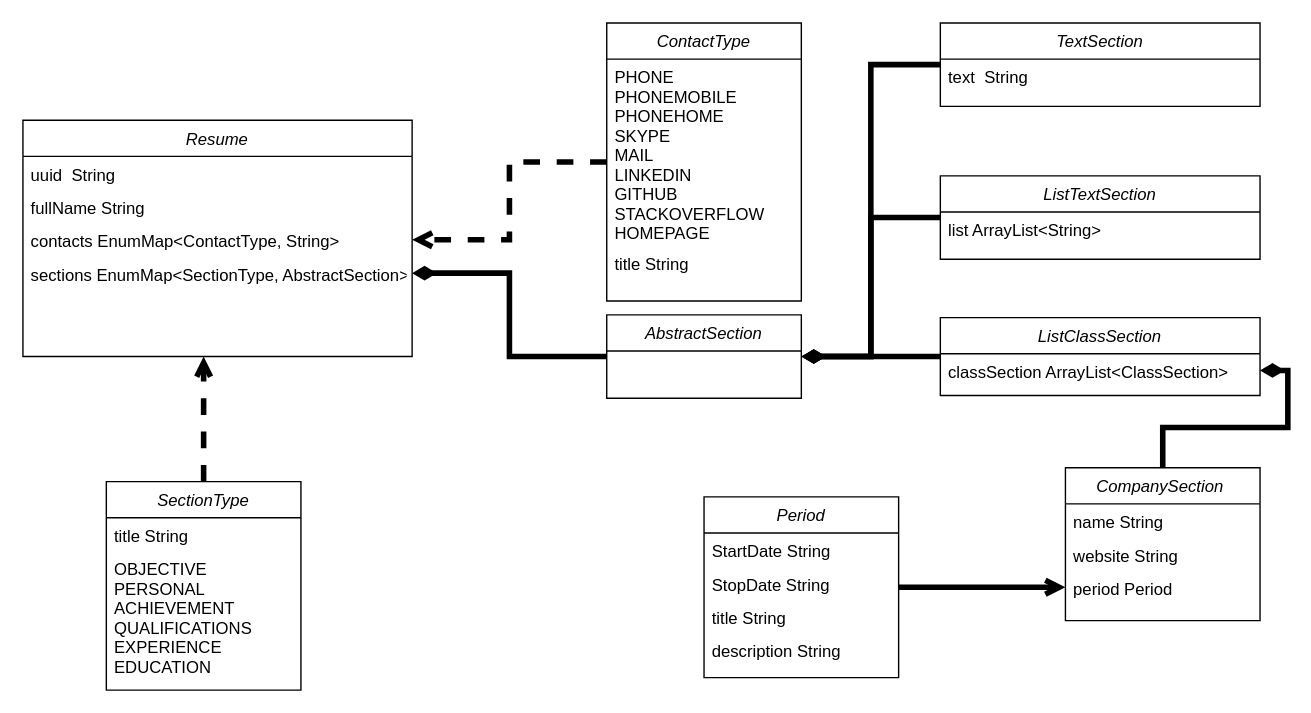
Earlier version of the draw.io diagram объектная модель резюме.drawio (darken321/diagrams). Source tidied: cells renumbered, new cells numbered last; positions are measured from the earlier drawing's top-left corner, leaving out a move shared by most shapes. Both pictures are drawn from the tidied source at 139%, with x=0, y=0 at pixel (22, 22).
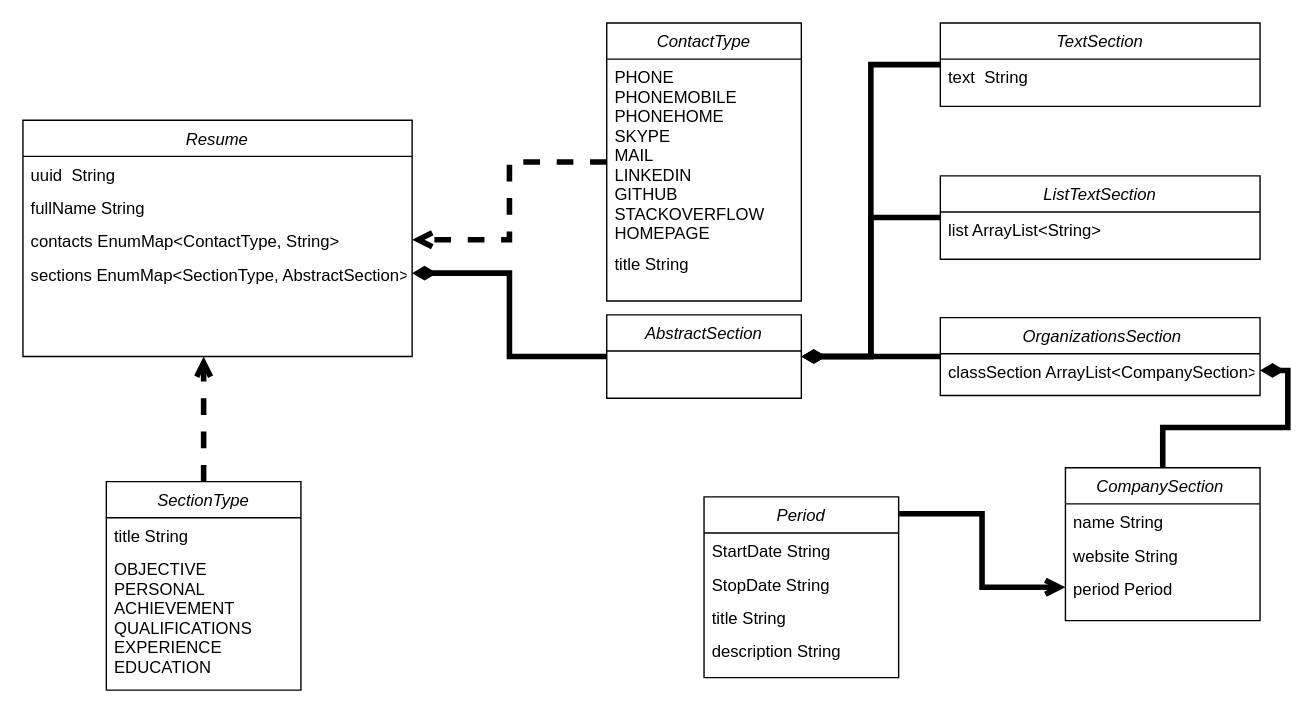
The same page after the edit.

The change refers to these unchanged cells:
```xml
<mxCell id="22" value="period Period" style="text;align=left;verticalAlign=top;spacingLeft=4;spacingRight=4;overflow=hidden;points=[[0,0.5],[1,0.5]];portConstraint=eastwest;" parent="19" vertex="1">
  <mxGeometry y="74" width="140" height="24" as="geometry" />
</mxCell>
<mxCell id="32" value="Period" style="swimlane;fontStyle=2;align=center;verticalAlign=top;horizontal=1;startSize=26;rounded=0;shadow=0;strokeWidth=1;" parent="1" vertex="1">
  <mxGeometry x="490" y="341" width="140" height="130" as="geometry" />
</mxCell>
```

What changed in the source:
```diff
@@
-    <mxCell id="29" value="ListClassSection" style="swimlane;fontStyle=2;align=center;verticalAlign=top;horizontal=1;startSize=26;rounded=0;shadow=0;strokeWidth=1;" parent="1" vertex="1">
+    <mxCell id="29" value=" OrganizationsSection" style="swimlane;fontStyle=2;align=center;verticalAlign=top;horizontal=1;startSize=26;rounded=0;shadow=0;strokeWidth=1;" parent="1" vertex="1">
       <mxGeometry x="660" y="212" width="230" height="56" as="geometry" />
     </mxCell>
-    <mxCell id="30" value="classSection ArrayList&lt;ClassSection&gt;" style="text;align=left;verticalAlign=top;spacingLeft=4;spacingRight=4;overflow=hidden;points=[[0,0.5],[1,0.5]];portConstraint=eastwest;" parent="29" vertex="1">
+    <mxCell id="30" value="classSection ArrayList&lt;CompanySection&gt;" style="text;align=left;verticalAlign=top;spacingLeft=4;spacingRight=4;overflow=hidden;points=[[0,0.5],[1,0.5]];portConstraint=eastwest;" parent="29" vertex="1">
       <mxGeometry y="26" width="230" height="24" as="geometry" />
     </mxCell>
-    <mxCell id="31" style="edgeStyle=orthogonalEdgeStyle;rounded=0;jettySize=auto;html=1;strokeWidth=4;endArrow=open;endFill=0;" parent="1" edge="1" source="32" target="22">
+    <mxCell id="31" style="edgeStyle=orthogonalEdgeStyle;rounded=0;jettySize=auto;html=1;strokeWidth=4;endArrow=open;endFill=0;exitX=1.003;exitY=0.093;exitDx=0;exitDy=0;exitPerimeter=0;" parent="1" edge="1" source="32" target="22">
       <mxGeometry relative="1" as="geometry" />
     </mxCell>
```
